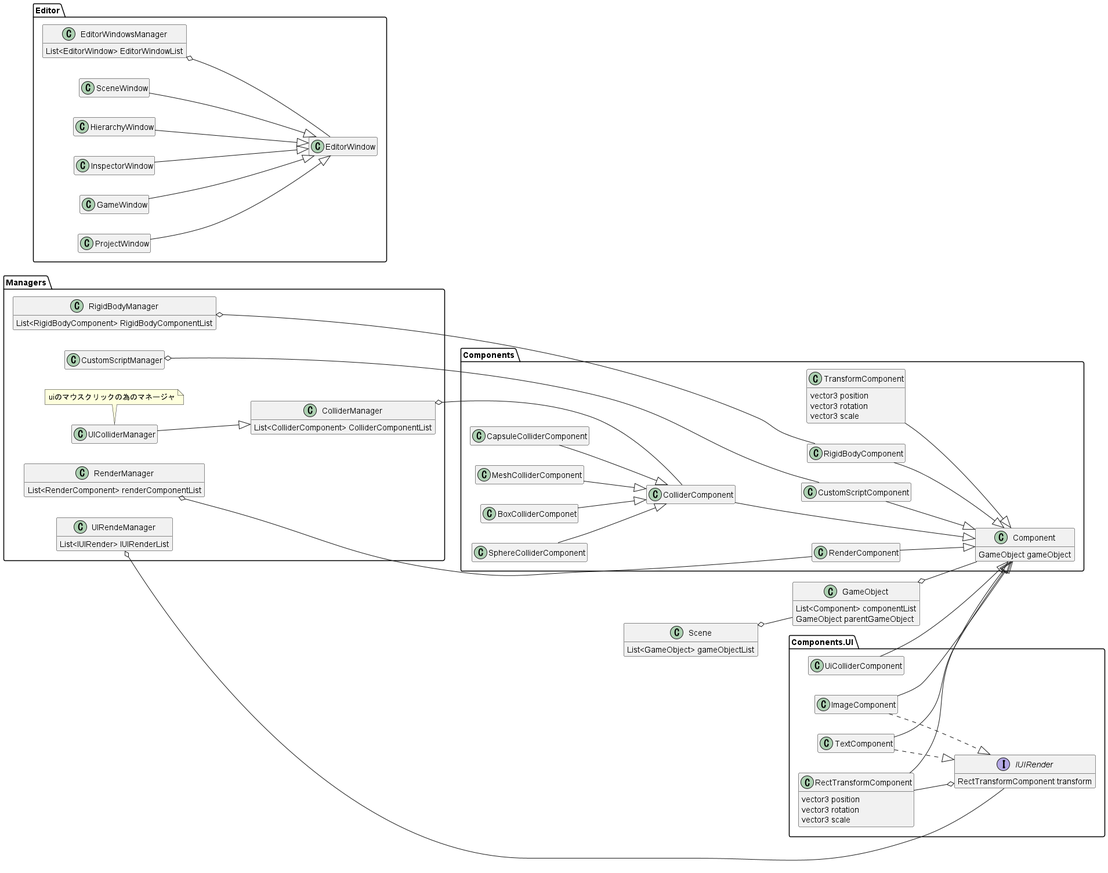
The PlantUML diagram ClassDiagram/ClassDiagram.png in heller77/Yougine, before a commit.
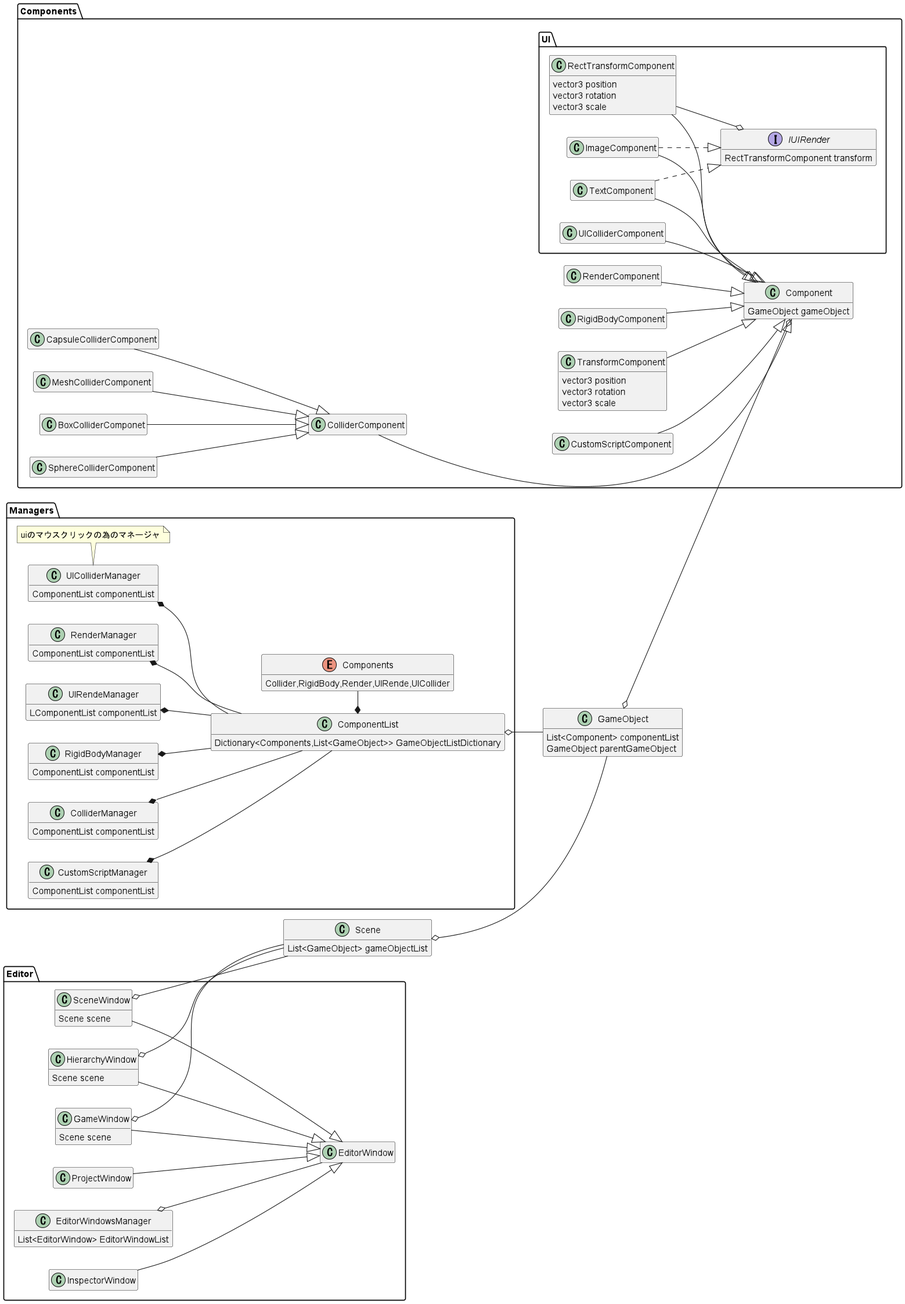
Later version of the same file.

Commit message:
クラス図編集

Change to the diagram source:
```diff
@@ -2,7 +2,7 @@
 hide empty members
 
 
-GameObject o-- Components.Component
+GameObject o--o Components.Component
 class GameObject{
     List<Component> componentList
     GameObject parentGameObject
@@ -13,34 +13,52 @@
     List<GameObject> gameObjectList
 }
 left to right direction
+Managers.ComponentList o-- GameObject
 namespace Managers{
-    RenderManager o-- Components.RenderComponent
+
+    RenderManager *-- ComponentList
     class RenderManager{
-        List<RenderComponent> renderComponentList
+        ComponentList componentList
     }
-    UIRendeManager o-- Components.UI.IUIRender
+
+    UIRendeManager *-- ComponentList
     class UIRendeManager{
-        List<IUIRender> IUIRenderList
+        LComponentList componentList
     }
 
     note bottom of UIColliderManager
     uiのマウスクリックの為のマネージャ
     end note
 
-    UIColliderManager --|> ColliderManager
-    class UIColliderManager{}
+    UIColliderManager *-- ComponentList
+    class UIColliderManager{
+        ComponentList componentList
+    }
 
-    RigidBodyManager o-- Components.RigidBodyComponent
+    RigidBodyManager *-- ComponentList
     class RigidBodyManager{
-        List<RigidBodyComponent> RigidBodyComponentList
+        ComponentList componentList
     }
-    ColliderManager o--- Components.ColliderComponent
+    ColliderManager *-- ComponentList
     class ColliderManager{
-        List<ColliderComponent> ColliderComponentList
+       ComponentList componentList
     }
-    CustomScriptManager o--- Components.CustomScriptComponent
-    class CustomScriptManager{}
+    CustomScriptManager *-- ComponentList
+    class CustomScriptManager{
+    ComponentList componentList
+    }
+    class ComponentList{
+        Dictionary<Components,List<GameObject>> GameObjectListDictionary
+    }
+    ComponentList *- Managers.Components
+    enum Components{
+        Collider,RigidBody,Render,UIRende,UICollider
+    }
 }
+
+Editor.SceneWindow o-- Scene
+Editor.HierarchyWindow o-- Scene
+Editor.GameWindow o-- Scene
 namespace Editor{
     class EditorWindowsManager{
         List<EditorWindow> EditorWindowList
@@ -52,10 +70,17 @@
     InspectorWindow --|> EditorWindow
     GameWindow --|> EditorWindow
     ProjectWindow --|> EditorWindow
-    class SceneWindow{}
-    class HierarchyWindow{}
+
+    class SceneWindow{
+        Scene scene
+    }
+    class HierarchyWindow{
+        Scene scene
+    }
     class InspectorWindow{}
-    class GameWindow{}
+    class GameWindow{
+        Scene scene
+    }
     class ProjectWindow{}
 }
 namespace Components{
@@ -88,7 +113,7 @@
     class MeshColliderComponent{}
     namespace UI{
         RectTransformComponent --|> Components.Component
-        UiColliderComponent --|> Components.Component
+        UIColliderComponent --|> Components.Component
         ImageComponent --|> Components.Component
         TextComponent --|> Components.Component
         interface IUIRender{
@@ -102,7 +127,7 @@
             vector3 rotation
             vector3 scale
         }
-        class UiColliderComponent {}
+        class UIColliderComponent {}
         class ImageComponent{}
         class TextComponent{}
     }
```
